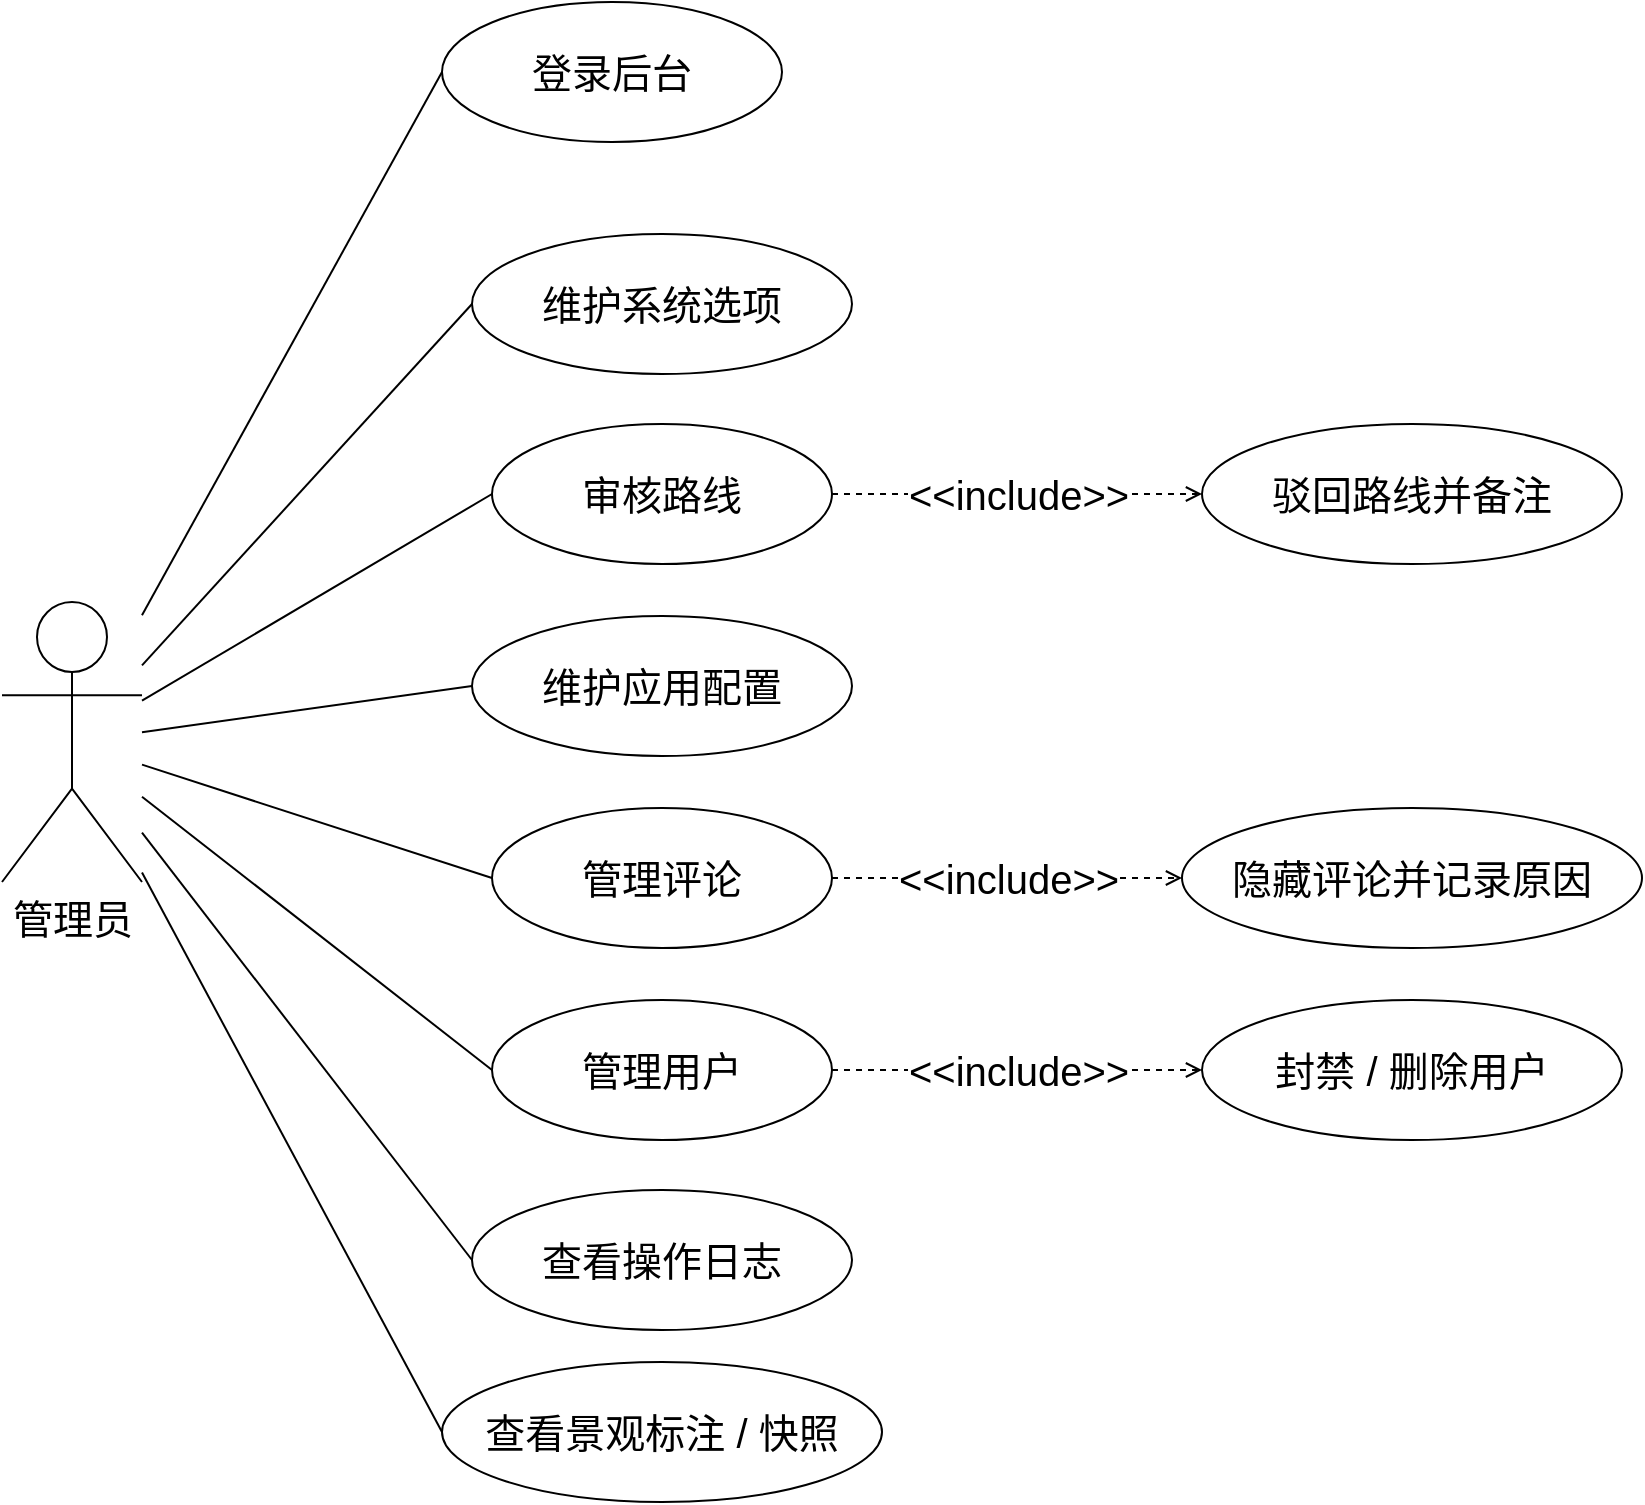
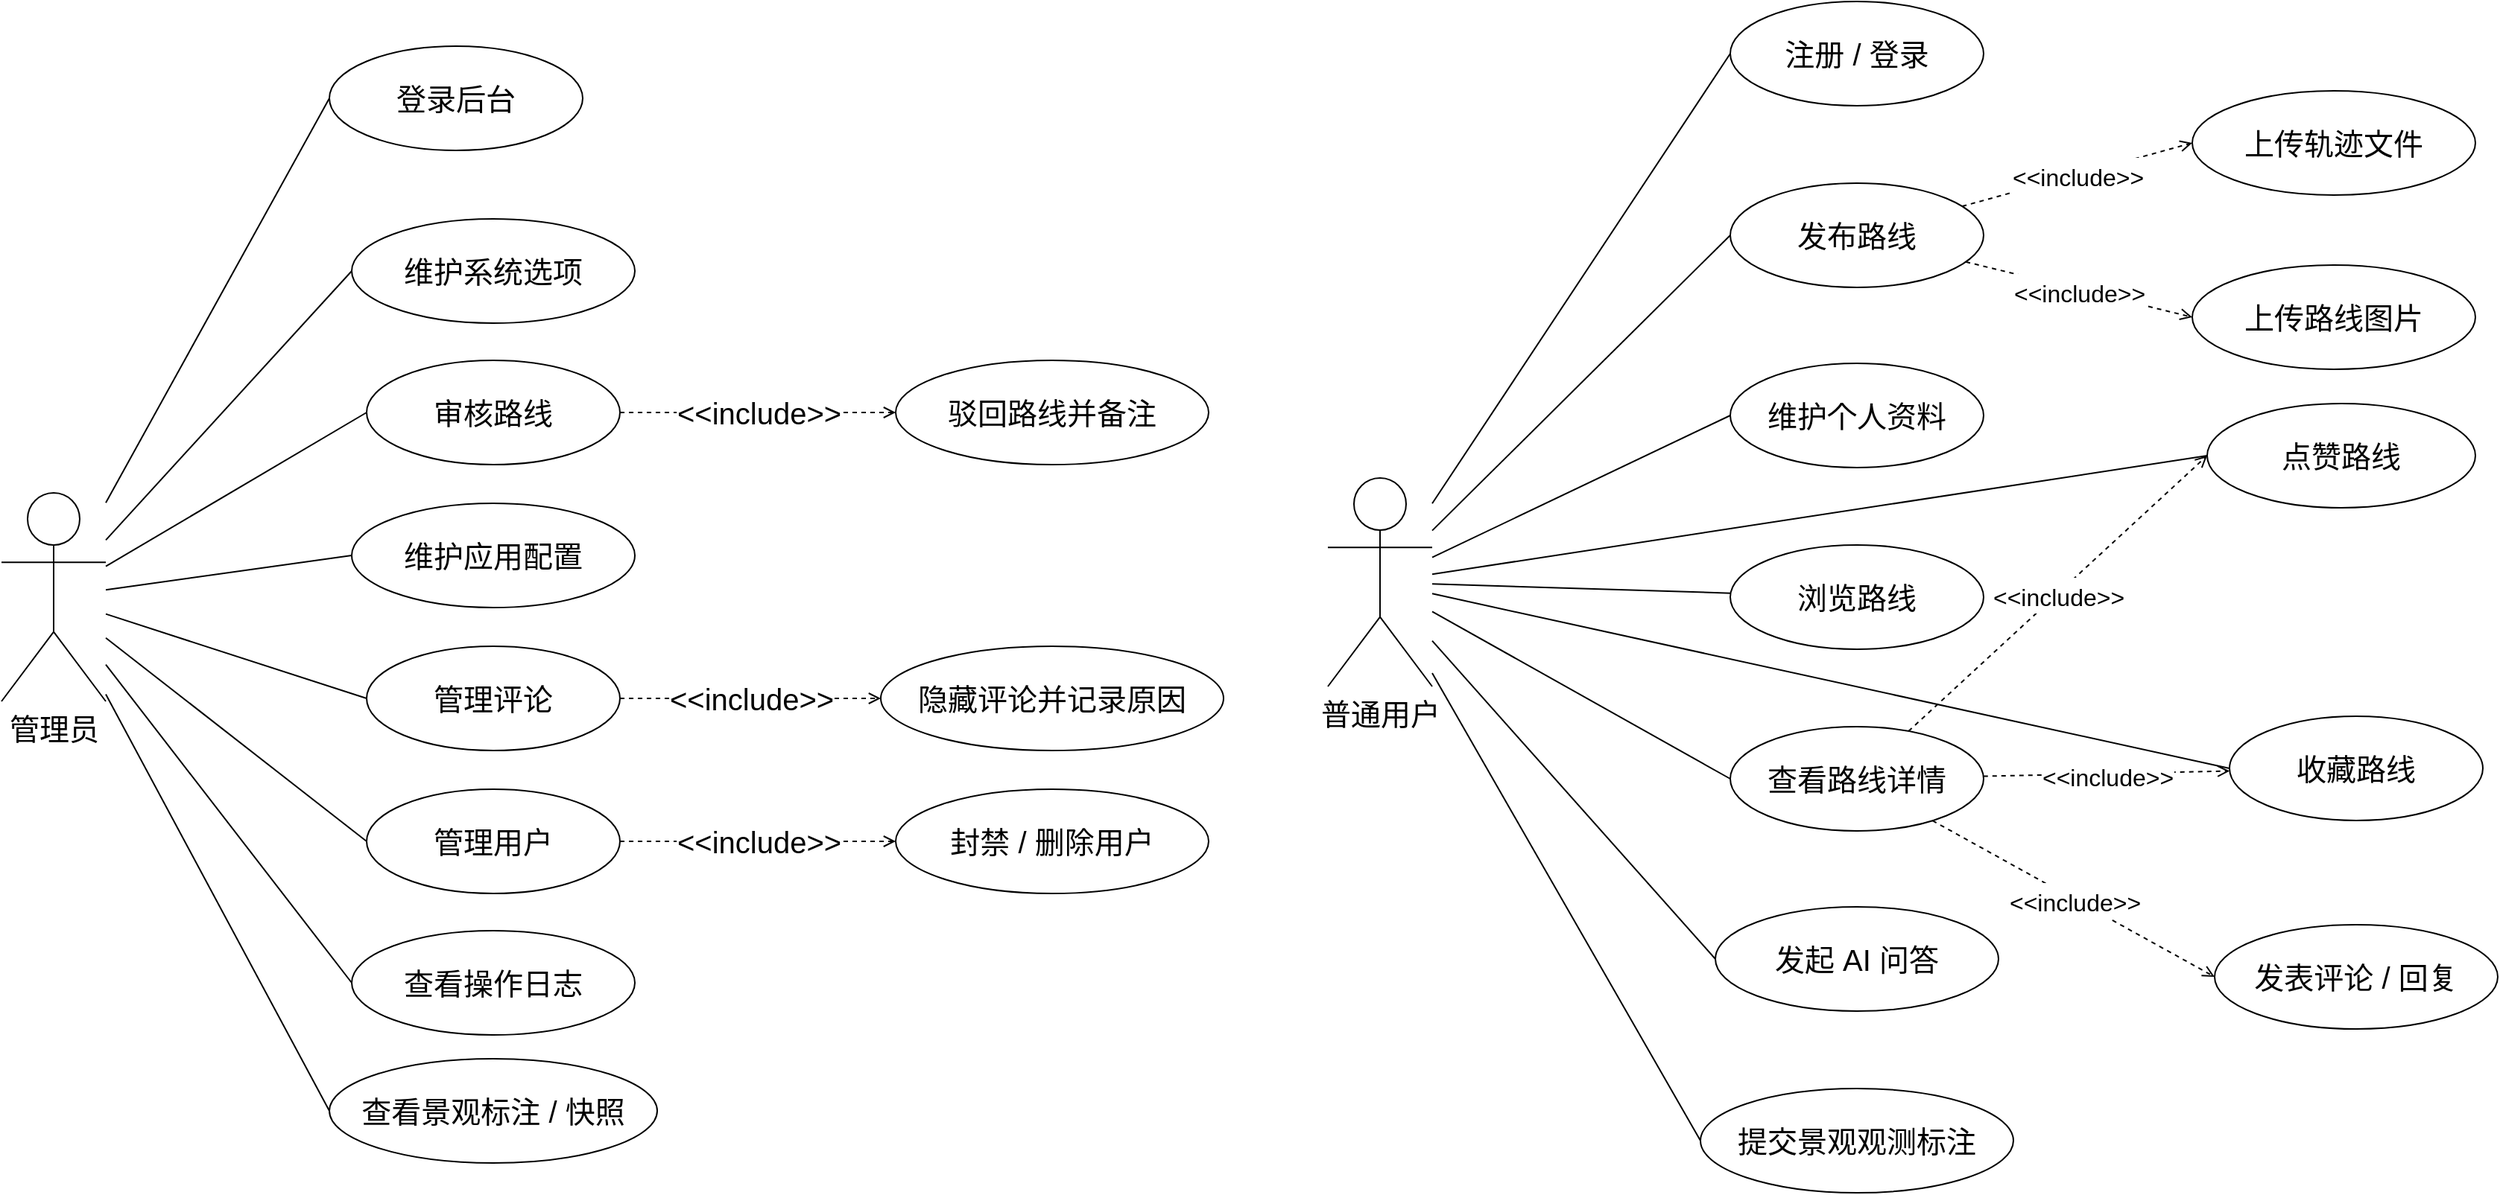
<mxfile host="Electron">
  <diagram name="admin-user-usecase" id="admin-user-usecase">
-     <mxGraphModel dx="1001" dy="803" grid="1" gridSize="10" guides="1" tooltips="1" connect="1" arrows="1" fold="1" page="1" pageScale="1" pageWidth="1600" pageHeight="1000" math="0" shadow="0">
+     <mxGraphModel dx="1798" dy="1446" grid="1" gridSize="10" guides="1" tooltips="1" connect="1" arrows="1" fold="1" page="1" pageScale="1" pageWidth="1600" pageHeight="1000" math="0" shadow="0">
      <root>
        <mxCell id="0" />
        <mxCell id="1" parent="0" />
        <mxCell id="actor_admin" parent="1" style="shape=umlActor;verticalLabelPosition=bottom;verticalAlign=top;html=1;fontSize=20;fillColor=none;" value="管理员" vertex="1">
          <mxGeometry height="140" width="70" x="70" y="350" as="geometry" />
        </mxCell>
        <mxCell id="uc_admin_login" parent="1" style="ellipse;whiteSpace=wrap;html=1;fontSize=20;fillColor=none;" value="登录后台" vertex="1">
          <mxGeometry height="70" width="170" x="290" y="50" as="geometry" />
        </mxCell>
        <mxCell id="uc_route_review" parent="1" style="ellipse;whiteSpace=wrap;html=1;fontSize=20;fillColor=none;" value="审核路线" vertex="1">
          <mxGeometry height="70" width="170" x="315" y="261" as="geometry" />
        </mxCell>
        <mxCell id="uc_review_mgmt" parent="1" style="ellipse;whiteSpace=wrap;html=1;fontSize=20;fillColor=none;" value="管理评论" vertex="1">
          <mxGeometry height="70" width="170" x="315" y="453" as="geometry" />
        </mxCell>
        <mxCell id="uc_user_mgmt" parent="1" style="ellipse;whiteSpace=wrap;html=1;fontSize=20;fillColor=none;" value="管理用户" vertex="1">
          <mxGeometry height="70" width="170" x="315" y="549" as="geometry" />
        </mxCell>
        <mxCell id="uc_logs" parent="1" style="ellipse;whiteSpace=wrap;html=1;fontSize=20;fillColor=none;" value="查看操作日志" vertex="1">
          <mxGeometry height="70" width="190" x="305" y="644" as="geometry" />
        </mxCell>
        <mxCell id="uc_system_option" parent="1" style="ellipse;whiteSpace=wrap;html=1;fontSize=20;fillColor=none;" value="维护系统选项" vertex="1">
          <mxGeometry height="70" width="190" x="305" y="166" as="geometry" />
        </mxCell>
        <mxCell id="uc_app_setting" parent="1" style="ellipse;whiteSpace=wrap;html=1;fontSize=20;fillColor=none;" value="维护应用配置" vertex="1">
          <mxGeometry height="70" width="190" x="305" y="357" as="geometry" />
        </mxCell>
        <mxCell id="uc_landscape" parent="1" style="ellipse;whiteSpace=wrap;html=1;fontSize=20;fillColor=none;" value="查看景观标注 / 快照" vertex="1">
          <mxGeometry height="70" width="220" x="290" y="730" as="geometry" />
        </mxCell>
        <mxCell id="uc_ban" parent="1" style="ellipse;whiteSpace=wrap;html=1;fontSize=20;fillColor=none;" value="封禁 / 删除用户" vertex="1">
          <mxGeometry height="70" width="210" x="670" y="549" as="geometry" />
        </mxCell>
        <mxCell id="uc_reject_route" parent="1" style="ellipse;whiteSpace=wrap;html=1;fontSize=20;fillColor=none;" value="驳回路线并备注" vertex="1">
          <mxGeometry height="70" width="210" x="670" y="261" as="geometry" />
        </mxCell>
        <mxCell id="uc_hide_review" parent="1" style="ellipse;whiteSpace=wrap;html=1;fontSize=20;fillColor=none;" value="隐藏评论并记录原因" vertex="1">
          <mxGeometry height="70" width="230" x="660" y="453" as="geometry" />
        </mxCell>
        <mxCell id="e1" edge="1" parent="1" source="actor_admin" style="endArrow=none;html=1;rounded=0;fontSize=20;entryX=0;entryY=0.5;entryDx=0;entryDy=0;" target="uc_admin_login">
          <mxGeometry relative="1" as="geometry" />
        </mxCell>
        <mxCell id="e2" edge="1" parent="1" source="actor_admin" style="endArrow=none;html=1;rounded=0;fontSize=20;entryX=0;entryY=0.5;entryDx=0;entryDy=0;" target="uc_route_review">
          <mxGeometry relative="1" as="geometry" />
        </mxCell>
        <mxCell id="e3" edge="1" parent="1" source="actor_admin" style="endArrow=none;html=1;rounded=0;fontSize=20;entryX=0;entryY=0.5;entryDx=0;entryDy=0;" target="uc_review_mgmt">
          <mxGeometry relative="1" as="geometry" />
        </mxCell>
        <mxCell id="e4" edge="1" parent="1" source="actor_admin" style="endArrow=none;html=1;rounded=0;fontSize=20;entryX=0;entryY=0.5;entryDx=0;entryDy=0;" target="uc_user_mgmt">
          <mxGeometry relative="1" as="geometry" />
        </mxCell>
        <mxCell id="e5" edge="1" parent="1" source="actor_admin" style="endArrow=none;html=1;rounded=0;fontSize=20;entryX=0;entryY=0.5;entryDx=0;entryDy=0;" target="uc_logs">
          <mxGeometry relative="1" as="geometry" />
        </mxCell>
        <mxCell id="e6" edge="1" parent="1" source="actor_admin" style="endArrow=none;html=1;rounded=0;fontSize=20;entryX=0;entryY=0.5;entryDx=0;entryDy=0;" target="uc_system_option">
          <mxGeometry relative="1" as="geometry" />
        </mxCell>
        <mxCell id="e7" edge="1" parent="1" source="actor_admin" style="endArrow=none;html=1;rounded=0;fontSize=20;entryX=0;entryY=0.5;entryDx=0;entryDy=0;" target="uc_app_setting">
          <mxGeometry relative="1" as="geometry" />
        </mxCell>
        <mxCell id="e8" edge="1" parent="1" source="actor_admin" style="endArrow=none;html=1;rounded=0;fontSize=20;entryX=0;entryY=0.5;entryDx=0;entryDy=0;" target="uc_landscape">
          <mxGeometry relative="1" as="geometry" />
        </mxCell>
        <mxCell id="inc1" edge="1" parent="1" source="uc_user_mgmt" style="dashed=1;endArrow=open;html=1;fontSize=20;" target="uc_ban" value="&amp;lt;&amp;lt;include&amp;gt;&amp;gt;">
          <mxGeometry relative="1" as="geometry" />
        </mxCell>
        <mxCell id="inc2" edge="1" parent="1" source="uc_route_review" style="dashed=1;endArrow=open;html=1;fontSize=20;" target="uc_reject_route" value="&amp;lt;&amp;lt;include&amp;gt;&amp;gt;">
          <mxGeometry relative="1" x="0.0014" as="geometry">
            <mxPoint as="offset" />
          </mxGeometry>
        </mxCell>
        <mxCell id="inc3" edge="1" parent="1" source="uc_review_mgmt" style="dashed=1;endArrow=open;html=1;fontSize=20;" target="uc_hide_review" value="&amp;lt;&amp;lt;include&amp;gt;&amp;gt;">
          <mxGeometry relative="1" x="-0.0015" as="geometry">
            <mxPoint as="offset" />
          </mxGeometry>
        </mxCell>
+         <mxCell id="Ez1SZNwbSmglCOC3jWD7-1" parent="1" style="shape=umlActor;verticalLabelPosition=bottom;verticalAlign=top;html=1;fontSize=20;fillColor=none;" value="普通用户" vertex="1">
+           <mxGeometry height="140" width="70" x="960" y="340" as="geometry" />
+         </mxCell>
+         <mxCell id="Ez1SZNwbSmglCOC3jWD7-2" parent="1" style="ellipse;whiteSpace=wrap;html=1;fontSize=20;fillColor=none;" value="注册 / 登录" vertex="1">
+           <mxGeometry height="70" width="170" x="1230" y="20" as="geometry" />
+         </mxCell>
+         <mxCell id="Ez1SZNwbSmglCOC3jWD7-3" parent="1" style="ellipse;whiteSpace=wrap;html=1;fontSize=20;fillColor=none;" value="维护个人资料" vertex="1">
+           <mxGeometry height="70" width="170" x="1230" y="263" as="geometry" />
+         </mxCell>
+         <mxCell id="Ez1SZNwbSmglCOC3jWD7-4" parent="1" style="ellipse;whiteSpace=wrap;html=1;fontSize=20;fillColor=none;" value="浏览路线" vertex="1">
+           <mxGeometry height="70" width="170" x="1230" y="385" as="geometry" />
+         </mxCell>
+         <mxCell id="Ez1SZNwbSmglCOC3jWD7-5" parent="1" style="ellipse;whiteSpace=wrap;html=1;fontSize=20;fillColor=none;" value="查看路线详情" vertex="1">
+           <mxGeometry height="70" width="170" x="1230" y="507" as="geometry" />
+         </mxCell>
+         <mxCell id="Ez1SZNwbSmglCOC3jWD7-6" parent="1" style="ellipse;whiteSpace=wrap;html=1;fontSize=20;fillColor=none;" value="发布路线" vertex="1">
+           <mxGeometry height="70" width="170" x="1230" y="142" as="geometry" />
+         </mxCell>
+         <mxCell id="Ez1SZNwbSmglCOC3jWD7-7" parent="1" style="ellipse;whiteSpace=wrap;html=1;fontSize=20;fillColor=none;" value="上传轨迹文件" vertex="1">
+           <mxGeometry height="70" width="190" x="1540" y="80" as="geometry" />
+         </mxCell>
+         <mxCell id="Ez1SZNwbSmglCOC3jWD7-8" parent="1" style="ellipse;whiteSpace=wrap;html=1;fontSize=20;fillColor=none;" value="上传路线图片" vertex="1">
+           <mxGeometry height="70" width="190" x="1540" y="197" as="geometry" />
+         </mxCell>
+         <mxCell id="Ez1SZNwbSmglCOC3jWD7-9" parent="1" style="ellipse;whiteSpace=wrap;html=1;fontSize=20;fillColor=none;" value="发表评论 / 回复" vertex="1">
+           <mxGeometry height="70" width="190" x="1555" y="640" as="geometry" />
+         </mxCell>
+         <mxCell id="Ez1SZNwbSmglCOC3jWD7-10" parent="1" style="ellipse;whiteSpace=wrap;html=1;fontSize=20;fillColor=none;" value="点赞路线" vertex="1">
+           <mxGeometry height="70" width="180" x="1550" y="290" as="geometry" />
+         </mxCell>
+         <mxCell id="Ez1SZNwbSmglCOC3jWD7-11" parent="1" style="ellipse;whiteSpace=wrap;html=1;fontSize=20;fillColor=none;" value="收藏路线" vertex="1">
+           <mxGeometry height="70" width="170" x="1565" y="500" as="geometry" />
+         </mxCell>
+         <mxCell id="Ez1SZNwbSmglCOC3jWD7-12" parent="1" style="ellipse;whiteSpace=wrap;html=1;fontSize=20;fillColor=none;" value="发起 AI 问答" vertex="1">
+           <mxGeometry height="70" width="190" x="1220" y="628" as="geometry" />
+         </mxCell>
+         <mxCell id="Ez1SZNwbSmglCOC3jWD7-13" parent="1" style="ellipse;whiteSpace=wrap;html=1;fontSize=20;fillColor=none;" value="提交景观观测标注" vertex="1">
+           <mxGeometry height="70" width="210" x="1210" y="750" as="geometry" />
+         </mxCell>
+         <mxCell id="Ez1SZNwbSmglCOC3jWD7-14" edge="1" parent="1" source="Ez1SZNwbSmglCOC3jWD7-1" style="endArrow=none;html=1;rounded=0;fontSize=20;entryX=0;entryY=0.5;entryDx=0;entryDy=0;" target="Ez1SZNwbSmglCOC3jWD7-2">
+           <mxGeometry relative="1" as="geometry" />
+         </mxCell>
+         <mxCell id="Ez1SZNwbSmglCOC3jWD7-15" edge="1" parent="1" source="Ez1SZNwbSmglCOC3jWD7-1" style="endArrow=none;html=1;rounded=0;fontSize=20;entryX=0;entryY=0.5;entryDx=0;entryDy=0;" target="Ez1SZNwbSmglCOC3jWD7-3">
+           <mxGeometry relative="1" as="geometry" />
+         </mxCell>
+         <mxCell id="Ez1SZNwbSmglCOC3jWD7-16" edge="1" parent="1" source="Ez1SZNwbSmglCOC3jWD7-1" style="endArrow=none;html=1;rounded=0;fontSize=20;" target="Ez1SZNwbSmglCOC3jWD7-4">
+           <mxGeometry relative="1" as="geometry" />
+         </mxCell>
+         <mxCell id="Ez1SZNwbSmglCOC3jWD7-17" edge="1" parent="1" source="Ez1SZNwbSmglCOC3jWD7-1" style="endArrow=none;html=1;rounded=0;fontSize=20;entryX=0;entryY=0.5;entryDx=0;entryDy=0;" target="Ez1SZNwbSmglCOC3jWD7-5">
+           <mxGeometry relative="1" as="geometry" />
+         </mxCell>
+         <mxCell id="Ez1SZNwbSmglCOC3jWD7-18" edge="1" parent="1" source="Ez1SZNwbSmglCOC3jWD7-1" style="endArrow=none;html=1;rounded=0;fontSize=20;entryX=0;entryY=0.5;entryDx=0;entryDy=0;" target="Ez1SZNwbSmglCOC3jWD7-6">
+           <mxGeometry relative="1" as="geometry" />
+         </mxCell>
+         <mxCell id="Ez1SZNwbSmglCOC3jWD7-19" edge="1" parent="1" source="Ez1SZNwbSmglCOC3jWD7-1" style="endArrow=none;html=1;rounded=0;fontSize=20;entryX=0;entryY=0.5;entryDx=0;entryDy=0;" target="Ez1SZNwbSmglCOC3jWD7-10">
+           <mxGeometry relative="1" as="geometry" />
+         </mxCell>
+         <mxCell id="Ez1SZNwbSmglCOC3jWD7-20" edge="1" parent="1" source="Ez1SZNwbSmglCOC3jWD7-1" style="endArrow=none;html=1;rounded=0;fontSize=20;entryX=0;entryY=0.5;entryDx=0;entryDy=0;" target="Ez1SZNwbSmglCOC3jWD7-11">
+           <mxGeometry relative="1" as="geometry" />
+         </mxCell>
+         <mxCell id="Ez1SZNwbSmglCOC3jWD7-21" edge="1" parent="1" source="Ez1SZNwbSmglCOC3jWD7-1" style="endArrow=none;html=1;rounded=0;fontSize=20;entryX=0;entryY=0.5;entryDx=0;entryDy=0;" target="Ez1SZNwbSmglCOC3jWD7-12">
+           <mxGeometry relative="1" as="geometry" />
+         </mxCell>
+         <mxCell id="Ez1SZNwbSmglCOC3jWD7-22" edge="1" parent="1" source="Ez1SZNwbSmglCOC3jWD7-1" style="endArrow=none;html=1;rounded=0;fontSize=20;entryX=0;entryY=0.5;entryDx=0;entryDy=0;" target="Ez1SZNwbSmglCOC3jWD7-13">
+           <mxGeometry relative="1" as="geometry" />
+         </mxCell>
+         <mxCell id="Ez1SZNwbSmglCOC3jWD7-23" edge="1" parent="1" source="Ez1SZNwbSmglCOC3jWD7-6" style="dashed=1;endArrow=open;html=1;fontSize=20;entryX=0;entryY=0.5;entryDx=0;entryDy=0;" target="Ez1SZNwbSmglCOC3jWD7-7" value="&lt;font style=&quot;font-size: 16px;&quot;&gt;&amp;lt;&amp;lt;include&amp;gt;&amp;gt;&lt;/font&gt;">
+           <mxGeometry relative="1" x="0.0031" as="geometry">
+             <mxPoint as="offset" />
+           </mxGeometry>
+         </mxCell>
+         <mxCell id="Ez1SZNwbSmglCOC3jWD7-24" edge="1" parent="1" source="Ez1SZNwbSmglCOC3jWD7-6" style="dashed=1;endArrow=open;html=1;fontSize=20;entryX=0;entryY=0.5;entryDx=0;entryDy=0;" target="Ez1SZNwbSmglCOC3jWD7-8" value="&lt;font style=&quot;font-size: 16px;&quot;&gt;&amp;lt;&amp;lt;include&amp;gt;&amp;gt;&lt;/font&gt;">
+           <mxGeometry relative="1" x="0.0012" as="geometry">
+             <mxPoint as="offset" />
+           </mxGeometry>
+         </mxCell>
+         <mxCell id="Ez1SZNwbSmglCOC3jWD7-25" edge="1" parent="1" source="Ez1SZNwbSmglCOC3jWD7-5" style="dashed=1;endArrow=open;html=1;fontSize=20;entryX=0;entryY=0.5;entryDx=0;entryDy=0;" target="Ez1SZNwbSmglCOC3jWD7-9" value="&lt;span&gt;&lt;font style=&quot;font-size: 16px;&quot;&gt;&amp;lt;&amp;lt;include&amp;gt;&amp;gt;&lt;/font&gt;&lt;/span&gt;">
+           <mxGeometry relative="1" x="0.0019" as="geometry">
+             <mxPoint as="offset" />
+           </mxGeometry>
+         </mxCell>
+         <mxCell id="Ez1SZNwbSmglCOC3jWD7-26" edge="1" parent="1" source="Ez1SZNwbSmglCOC3jWD7-5" style="dashed=1;endArrow=open;html=1;fontSize=20;entryX=0;entryY=0.5;entryDx=0;entryDy=0;" target="Ez1SZNwbSmglCOC3jWD7-10" value="&lt;font style=&quot;font-size: 16px;&quot;&gt;&amp;lt;&amp;lt;include&amp;gt;&amp;gt;&lt;/font&gt;">
+           <mxGeometry relative="1" x="-0.0018" as="geometry">
+             <mxPoint as="offset" />
+           </mxGeometry>
+         </mxCell>
+         <mxCell id="Ez1SZNwbSmglCOC3jWD7-27" edge="1" parent="1" source="Ez1SZNwbSmglCOC3jWD7-5" style="dashed=1;endArrow=open;html=1;fontSize=20;" target="Ez1SZNwbSmglCOC3jWD7-11" value="&lt;font style=&quot;font-size: 16px;&quot;&gt;&amp;lt;&amp;lt;include&amp;gt;&amp;gt;&lt;/font&gt;">
+           <mxGeometry relative="1" x="0.0021" as="geometry">
+             <mxPoint as="offset" />
+           </mxGeometry>
+         </mxCell>
      </root>
    </mxGraphModel>
  </diagram>
</mxfile>
